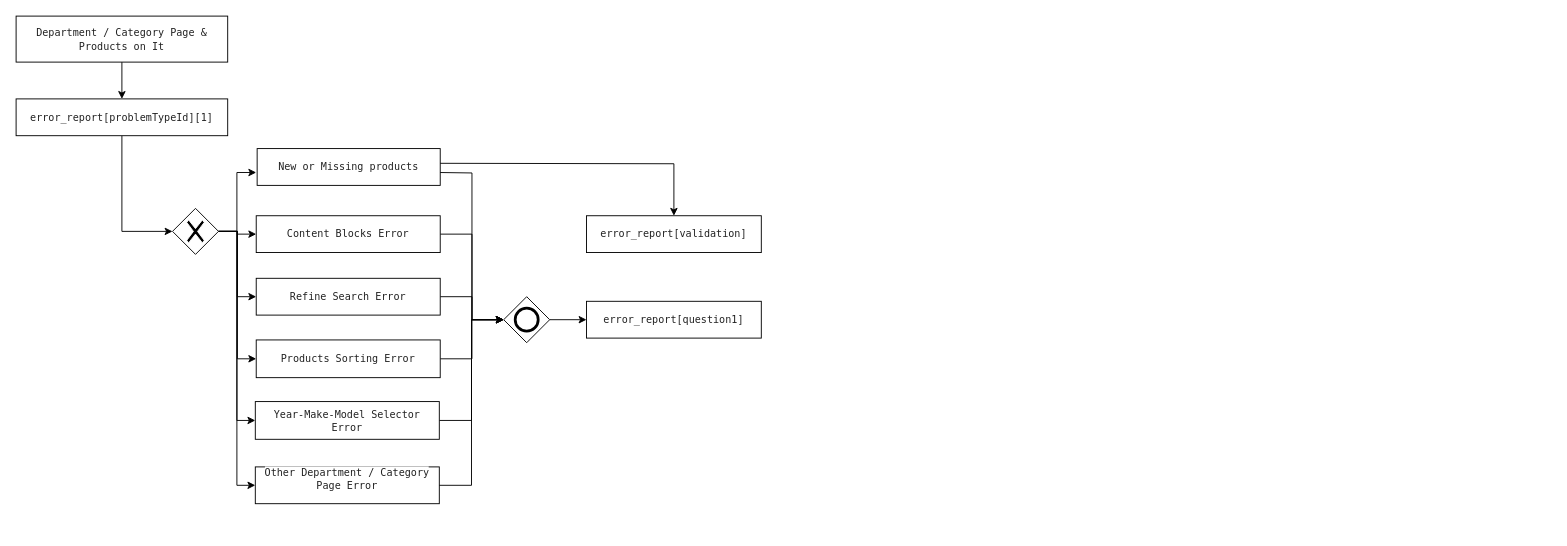
Above: page "Department / Category Page & Products on It" (3 of 11) of report-error.drawio in yvelio/test (draw.io), before the change. Source tidied: cells renumbered, new cells numbered last; positions are measured from the earlier drawing's top-left corner, leaving out a move shared by most shapes. Both pictures are drawn from the tidied source at 92%, with x=0, y=0 at pixel (16, 16).
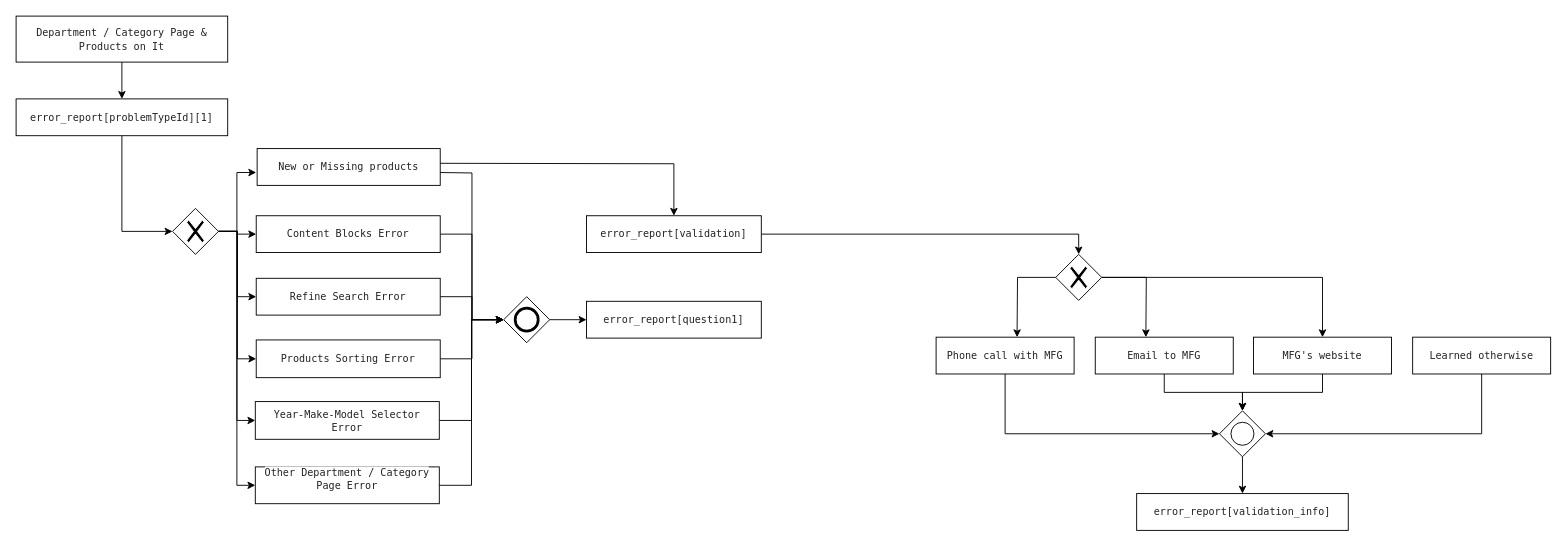
The same diagram, later.

The change refers to these unchanged cells:
```xml
<mxCell id="26" value="&lt;span style=&quot;color: rgb(34, 34, 34); font-family: menlo, monospace; font-size: 11px; font-style: normal; font-weight: 400; letter-spacing: normal; text-align: left; text-indent: 0px; text-transform: none; word-spacing: 0px; background-color: rgb(255, 255, 255); display: inline; float: none;&quot;&gt;error_report[validation]&lt;/span&gt;" style="whiteSpace=wrap;html=1;" parent="1" vertex="1">
  <mxGeometry x="620" y="217" width="190" height="40" as="geometry" />
</mxCell>
```

What changed in the source:
```diff
@@
+    <mxCell id="30" style="edgeStyle=orthogonalEdgeStyle;rounded=0;jettySize=auto;html=1;entryX=0.5;entryY=0;entryDx=0;entryDy=0;" parent="1" edge="1" source="26" target="45">
+      <mxGeometry relative="1" as="geometry" />
+    </mxCell>
@@
+    <mxCell id="31" style="edgeStyle=orthogonalEdgeStyle;rounded=0;jettySize=auto;html=1;" parent="1" edge="1" source="45">
+      <mxGeometry relative="1" as="geometry">
+        <mxPoint x="1228" y="349" as="targetPoint" />
+      </mxGeometry>
+    </mxCell>
+    <mxCell id="32" style="edgeStyle=orthogonalEdgeStyle;rounded=0;jettySize=auto;html=1;" parent="1" edge="1" source="45">
+      <mxGeometry relative="1" as="geometry">
+        <mxPoint x="1088" y="349" as="targetPoint" />
+      </mxGeometry>
+    </mxCell>
+    <mxCell id="33" style="edgeStyle=orthogonalEdgeStyle;rounded=0;jettySize=auto;html=1;entryX=0.5;entryY=0;entryDx=0;entryDy=0;" parent="1" edge="1" source="45" target="41">
+      <mxGeometry relative="1" as="geometry" />
+    </mxCell>
+    <mxCell id="34" style="edgeStyle=orthogonalEdgeStyle;rounded=0;jettySize=auto;html=1;" parent="1" edge="1" source="35" target="44">
+      <mxGeometry relative="1" as="geometry" />
+    </mxCell>
+    <mxCell id="35" style="shape=mxgraph.bpmn.shape;html=1;verticalLabelPosition=bottom;labelBackgroundColor=#ffffff;verticalAlign=top;align=center;perimeter=rhombusPerimeter;background=gateway;outlineConnect=0;outline=standard;symbol=general;" parent="1" vertex="1">
+      <mxGeometry x="1308" y="429" width="50" height="50" as="geometry" />
+    </mxCell>
+    <mxCell id="36" style="edgeStyle=orthogonalEdgeStyle;rounded=0;jettySize=auto;html=1;entryX=0;entryY=0.5;entryDx=0;entryDy=0;" parent="1" edge="1" source="39" target="35">
+      <mxGeometry relative="1" as="geometry">
+        <Array as="points">
+          <mxPoint x="1075" y="454" />
+        </Array>
+      </mxGeometry>
+    </mxCell>
+    <mxCell id="37" style="edgeStyle=orthogonalEdgeStyle;rounded=0;jettySize=auto;html=1;" parent="1" edge="1" source="40" target="35">
+      <mxGeometry relative="1" as="geometry" />
+    </mxCell>
+    <mxCell id="38" style="edgeStyle=orthogonalEdgeStyle;rounded=0;jettySize=auto;html=1;" parent="1" edge="1" source="41" target="35">
+      <mxGeometry relative="1" as="geometry" />
+    </mxCell>
+    <mxCell id="39" value="&lt;span style=&quot;color: rgb(34 , 34 , 34) ; font-family: &amp;#34;menlo&amp;#34; , monospace ; font-size: 11px ; font-style: normal ; font-weight: 400 ; letter-spacing: normal ; text-align: left ; text-indent: 0px ; text-transform: none ; word-spacing: 0px ; background-color: rgb(255 , 255 , 255) ; display: inline ; float: none&quot;&gt;Phone call with MFG&lt;br&gt;    &lt;/span&gt;" style="whiteSpace=wrap;html=1;" parent="1" vertex="1">
+      <mxGeometry x="1000" y="349" width="150" height="40" as="geometry" />
+    </mxCell>
+    <mxCell id="40" value="&lt;span style=&quot;color: rgb(34 , 34 , 34) ; font-family: &amp;#34;menlo&amp;#34; , monospace ; font-size: 11px ; font-style: normal ; font-weight: 400 ; letter-spacing: normal ; text-align: left ; text-indent: 0px ; text-transform: none ; word-spacing: 0px ; background-color: rgb(255 , 255 , 255) ; display: inline ; float: none&quot;&gt;&lt;br class=&quot;Apple-interchange-newline&quot;&gt;&lt;span style=&quot;font-family: &amp;#34;menlo&amp;#34; , monospace&quot;&gt;Email to MFG&lt;br&gt;    &lt;/span&gt;&lt;br&gt;    &lt;/span&gt;" style="whiteSpace=wrap;html=1;" parent="1" vertex="1">
+      <mxGeometry x="1173" y="349" width="150" height="40" as="geometry" />
+    </mxCell>
+    <mxCell id="41" value="&lt;span style=&quot;color: rgb(34 , 34 , 34) ; font-family: &amp;#34;menlo&amp;#34; , monospace ; font-size: 11px ; font-style: normal ; font-weight: 400 ; letter-spacing: normal ; text-align: left ; text-indent: 0px ; text-transform: none ; word-spacing: 0px ; background-color: rgb(255 , 255 , 255) ; display: inline ; float: none&quot;&gt;&lt;br class=&quot;Apple-interchange-newline&quot;&gt;&lt;span style=&quot;font-family: &amp;#34;menlo&amp;#34; , monospace&quot;&gt;MFG's website&lt;br&gt;    &lt;/span&gt;&lt;br&gt;    &lt;/span&gt;" style="whiteSpace=wrap;html=1;" parent="1" vertex="1">
+      <mxGeometry x="1345" y="349" width="150" height="40" as="geometry" />
+    </mxCell>
+    <mxCell id="42" style="edgeStyle=orthogonalEdgeStyle;rounded=0;jettySize=auto;html=1;entryX=1;entryY=0.5;entryDx=0;entryDy=0;" parent="1" edge="1" source="43" target="35">
+      <mxGeometry relative="1" as="geometry">
+        <Array as="points">
+          <mxPoint x="1593" y="454" />
+        </Array>
+      </mxGeometry>
+    </mxCell>
+    <mxCell id="43" value="&lt;span style=&quot;color: rgb(34 , 34 , 34) ; font-family: &amp;#34;menlo&amp;#34; , monospace ; font-size: 11px ; font-style: normal ; font-weight: 400 ; letter-spacing: normal ; text-align: left ; text-indent: 0px ; text-transform: none ; word-spacing: 0px ; background-color: rgb(255 , 255 , 255) ; display: inline ; float: none&quot;&gt;&lt;span style=&quot;font-family: &amp;#34;menlo&amp;#34; , monospace&quot;&gt;Learned otherwise&lt;/span&gt;&lt;br&gt;    &lt;/span&gt;" style="whiteSpace=wrap;html=1;" parent="1" vertex="1">
+      <mxGeometry x="1518" y="349" width="150" height="40" as="geometry" />
+    </mxCell>
+    <mxCell id="44" value="&lt;span style=&quot;color: rgb(34 , 34 , 34) ; font-family: &amp;#34;menlo&amp;#34; , monospace ; font-size: 11px ; text-align: left ; background-color: rgb(255 , 255 , 255)&quot;&gt;error_report[validation_info]&lt;/span&gt;" style="whiteSpace=wrap;html=1;" parent="1" vertex="1">
+      <mxGeometry x="1218" y="519" width="230" height="40" as="geometry" />
+    </mxCell>
+    <mxCell id="45" style="shape=mxgraph.bpmn.shape;html=1;verticalLabelPosition=bottom;labelBackgroundColor=#ffffff;verticalAlign=top;align=center;perimeter=rhombusPerimeter;background=gateway;outlineConnect=0;outline=none;symbol=exclusiveGw;" parent="1" vertex="1">
+      <mxGeometry x="1130" y="259" width="50" height="50" as="geometry" />
+    </mxCell>
```
